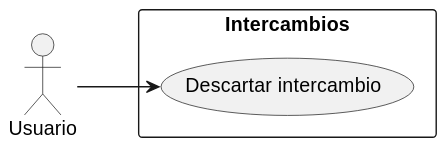
Earlier version of the PlantUML export images/docs/es/1-requeriments/1-actors-use-cases/content-interaction/exchanges.svg (vfred0/unimart-requirements).
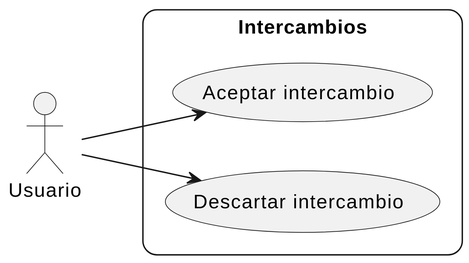
The same file after the commit.

What changed in the source:
```diff
@@ -1,8 +1,11 @@
 @startuml exchanges
 left to right direction
+skinparam roundcorner 20
+skinparam Dpi 300
 actor Usuario
 
 rectangle Intercambios {
+    Usuario --> (Aceptar intercambio)
     Usuario --> (Descartar intercambio)
 }
 @enduml
```
